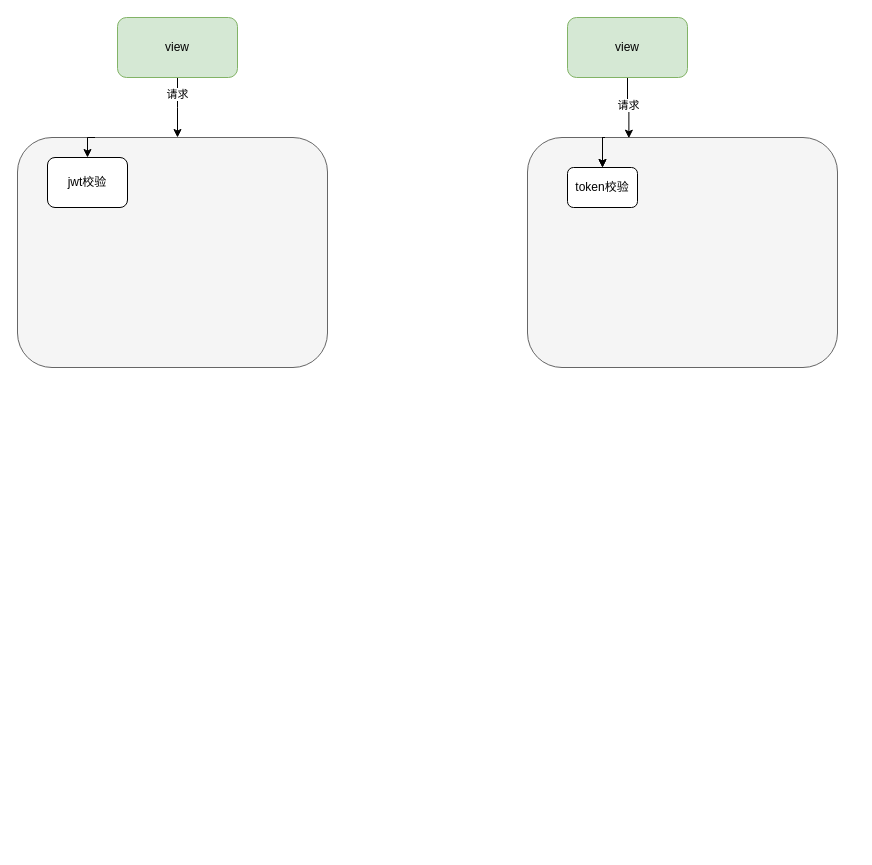
The draw.io diagram login_frame.drawio in lishuai-0/picture_source_file_draw_io, before the edit. Source tidied: cells renumbered, new cells numbered last; positions are measured from the earlier drawing's top-left corner, leaving out a move shared by most shapes. Both pictures are drawn from the tidied source at 100%, with x=0, y=0 at pixel (17, 17).
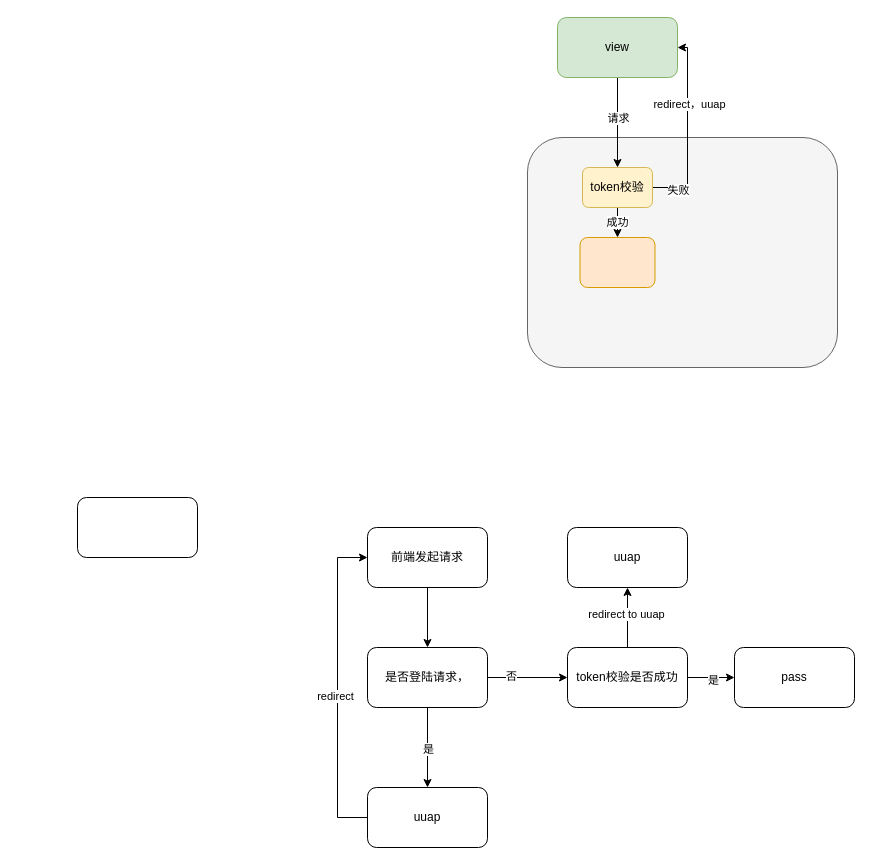
The same page after the edit.

Unchanged cells that the change refers to:
```xml
<mxCell id="3" style="rounded=1;whiteSpace=wrap;html=1;fontStyle=1;fillColor=#f5f5f5;fontColor=#333333;strokeColor=#666666;" parent="1" vertex="1">
  <mxGeometry x="510" y="120" width="310" height="230" as="geometry" />
</mxCell>
```

Change to the diagram source:
```diff
@@
-    <mxCell id="2" style="rounded=1;whiteSpace=wrap;html=1;fillColor=#f5f5f5;fontColor=#333333;strokeColor=#666666;" parent="1" vertex="1">
-      <mxGeometry y="120" width="310" height="230" as="geometry" />
-    </mxCell>
@@
-    <mxCell id="4" style="edgeStyle=orthogonalEdgeStyle;rounded=0;jettySize=auto;html=1;exitX=0.5;exitY=1;exitDx=0;exitDy=0;entryX=0.5;entryY=0;entryDx=0;entryDy=0;" parent="1" edge="1" source="6">
-      <mxGeometry relative="1" as="geometry">
-        <mxPoint x="160" y="120" as="targetPoint" />
-      </mxGeometry>
-    </mxCell>
-    <mxCell id="5" value="请求" style="edgeLabel;html=1;align=center;verticalAlign=middle;" parent="4" vertex="1">
-      <mxGeometry x="-0.46" y="-1" relative="1" as="geometry" />
-    </mxCell>
-    <mxCell id="6" value="view" style="rounded=1;whiteSpace=wrap;html=1;fillColor=#d5e8d4;strokeColor=#82b366;" parent="1" vertex="1">
-      <mxGeometry x="100" width="120" height="60" as="geometry" />
-    </mxCell>
-    <mxCell id="7" style="edgeStyle=orthogonalEdgeStyle;rounded=0;jettySize=auto;html=1;exitX=0.5;exitY=1;exitDx=0;exitDy=0;entryX=0.327;entryY=0.003;entryDx=0;entryDy=0;entryPerimeter=0;" parent="1" edge="1" source="9" target="3">
+    <mxCell id="7" style="edgeStyle=orthogonalEdgeStyle;rounded=0;jettySize=auto;html=1;exitX=0.5;exitY=1;exitDx=0;exitDy=0;entryX=0.5;entryY=0;entryDx=0;entryDy=0;" parent="1" edge="1" source="9" target="12">
       <mxGeometry relative="1" as="geometry" />
     </mxCell>
@@
     <mxCell id="9" value="view" style="rounded=1;whiteSpace=wrap;html=1;fillColor=#d5e8d4;strokeColor=#82b366;" parent="1" vertex="1">
-      <mxGeometry x="550" width="120" height="60" as="geometry" />
+      <mxGeometry x="540" width="120" height="60" as="geometry" />
     </mxCell>
-    <mxCell id="10" style="edgeStyle=orthogonalEdgeStyle;rounded=0;jettySize=auto;html=1;exitX=0.25;exitY=0;exitDx=0;exitDy=0;entryX=0.5;entryY=0;entryDx=0;entryDy=0;" parent="1" edge="1" source="3" target="12">
-      <mxGeometry relative="1" as="geometry" />
-    </mxCell>
-    <mxCell id="11" style="edgeStyle=orthogonalEdgeStyle;rounded=0;jettySize=auto;html=1;exitX=0.25;exitY=0;exitDx=0;exitDy=0;entryX=0.5;entryY=0;entryDx=0;entryDy=0;" parent="1" edge="1" source="3" target="12">
-      <mxGeometry relative="1" as="geometry" />
-    </mxCell>
+    <mxCell id="15" style="edgeStyle=orthogonalEdgeStyle;rounded=0;jettySize=auto;html=1;exitX=1;exitY=0.5;exitDx=0;exitDy=0;entryX=1;entryY=0.5;entryDx=0;entryDy=0;" parent="1" edge="1" source="12" target="9">
+      <mxGeometry relative="1" as="geometry">
+        <Array as="points">
+          <mxPoint x="670" y="170" />
+          <mxPoint x="670" y="30" />
+        </Array>
+      </mxGeometry>
+    </mxCell>
+    <mxCell id="16" value="失败" style="edgeLabel;html=1;align=center;verticalAlign=middle;" parent="15" vertex="1">
+      <mxGeometry x="-0.73" y="-2" relative="1" as="geometry" />
+    </mxCell>
+    <mxCell id="17" value="redirect，uuap" style="edgeLabel;html=1;align=center;verticalAlign=middle;" parent="15" vertex="1">
+      <mxGeometry x="0.29" y="-1" relative="1" as="geometry" />
+    </mxCell>
+    <mxCell id="18" value="成功" style="edgeStyle=orthogonalEdgeStyle;rounded=0;jettySize=auto;html=1;exitX=0.5;exitY=1;exitDx=0;exitDy=0;entryX=0.5;entryY=0;entryDx=0;entryDy=0;" parent="1" edge="1" source="12" target="19">
+      <mxGeometry relative="1" as="geometry" />
+    </mxCell>
-    <mxCell id="12" value="token校验" style="rounded=1;whiteSpace=wrap;html=1;" parent="1" vertex="1">
-      <mxGeometry x="550" y="150" width="70" height="40" as="geometry" />
+    <mxCell id="12" value="token校验" style="rounded=1;whiteSpace=wrap;html=1;fillColor=#fff2cc;strokeColor=#d6b656;" parent="1" vertex="1">
+      <mxGeometry x="565" y="150" width="70" height="40" as="geometry" />
     </mxCell>
-    <mxCell id="13" style="edgeStyle=orthogonalEdgeStyle;rounded=0;jettySize=auto;html=1;exitX=0.25;exitY=0;exitDx=0;exitDy=0;entryX=0.5;entryY=0;entryDx=0;entryDy=0;" parent="1" edge="1" source="2" target="14">
-      <mxGeometry relative="1" as="geometry" />
-    </mxCell>
-    <mxCell id="14" value="jwt校验" style="rounded=1;whiteSpace=wrap;html=1;" parent="1" vertex="1">
-      <mxGeometry x="30" y="140" width="80" height="50" as="geometry" />
-    </mxCell>
+    <mxCell id="19" style="rounded=1;whiteSpace=wrap;html=1;fillColor=#ffe6cc;strokeColor=#d79b00;" parent="1" vertex="1">
+      <mxGeometry x="562.5" y="220" width="75" height="50" as="geometry" />
+    </mxCell>
+    <mxCell id="20" style="edgeStyle=orthogonalEdgeStyle;rounded=0;jettySize=auto;html=1;exitX=0.5;exitY=1;exitDx=0;exitDy=0;entryX=0.5;entryY=0;entryDx=0;entryDy=0;" parent="1" edge="1" source="21" target="27">
+      <mxGeometry relative="1" as="geometry" />
+    </mxCell>
+    <mxCell id="21" value="前端发起请求" style="rounded=1;whiteSpace=wrap;html=1;" parent="1" vertex="1">
+      <mxGeometry x="350" y="510" width="120" height="60" as="geometry" />
+    </mxCell>
+    <mxCell id="22" style="rounded=1;whiteSpace=wrap;html=1;" parent="1" vertex="1">
+      <mxGeometry x="60" y="480" width="120" height="60" as="geometry" />
+    </mxCell>
+    <mxCell id="23" style="edgeStyle=orthogonalEdgeStyle;rounded=0;jettySize=auto;html=1;exitX=0.5;exitY=1;exitDx=0;exitDy=0;entryX=0.5;entryY=0;entryDx=0;entryDy=0;" parent="1" edge="1" source="27" target="30">
+      <mxGeometry relative="1" as="geometry" />
+    </mxCell>
+    <mxCell id="24" value="是" style="edgeLabel;html=1;align=center;verticalAlign=middle;" parent="23" vertex="1">
+      <mxGeometry x="0.02" relative="1" as="geometry" />
+    </mxCell>
+    <mxCell id="25" style="edgeStyle=orthogonalEdgeStyle;rounded=0;jettySize=auto;html=1;exitX=1;exitY=0.5;exitDx=0;exitDy=0;entryX=0;entryY=0.5;entryDx=0;entryDy=0;" parent="1" edge="1" source="27" target="35">
+      <mxGeometry relative="1" as="geometry" />
+    </mxCell>
+    <mxCell id="26" value="否" style="edgeLabel;html=1;align=center;verticalAlign=middle;" parent="25" vertex="1">
+      <mxGeometry x="-0.42" y="2" relative="1" as="geometry" />
+    </mxCell>
+    <mxCell id="27" value="是否登陆请求，" style="rounded=1;whiteSpace=wrap;html=1;" parent="1" vertex="1">
+      <mxGeometry x="350" y="630" width="120" height="60" as="geometry" />
+    </mxCell>
+    <mxCell id="28" style="edgeStyle=orthogonalEdgeStyle;rounded=0;jettySize=auto;html=1;exitX=0;exitY=0.5;exitDx=0;exitDy=0;entryX=0;entryY=0.5;entryDx=0;entryDy=0;" parent="1" edge="1" source="30" target="21">
+      <mxGeometry relative="1" as="geometry">
+        <Array as="points">
+          <mxPoint x="320" y="800" />
+          <mxPoint x="320" y="540" />
+        </Array>
+      </mxGeometry>
+    </mxCell>
+    <mxCell id="29" value="redirect" style="edgeLabel;html=1;align=center;verticalAlign=middle;" parent="28" vertex="1">
+      <mxGeometry x="-0.05" y="3" relative="1" as="geometry" />
+    </mxCell>
+    <mxCell id="30" value="uuap" style="rounded=1;whiteSpace=wrap;html=1;" parent="1" vertex="1">
+      <mxGeometry x="350" y="770" width="120" height="60" as="geometry" />
+    </mxCell>
+    <mxCell id="31" style="edgeStyle=orthogonalEdgeStyle;rounded=0;jettySize=auto;html=1;exitX=1;exitY=0.5;exitDx=0;exitDy=0;entryX=0;entryY=0.5;entryDx=0;entryDy=0;" parent="1" edge="1" source="35" target="36">
+      <mxGeometry relative="1" as="geometry" />
+    </mxCell>
+    <mxCell id="32" value="是" style="edgeLabel;html=1;align=center;verticalAlign=middle;" parent="31" vertex="1">
+      <mxGeometry x="0.05" y="-2" relative="1" as="geometry" />
+    </mxCell>
+    <mxCell id="33" style="edgeStyle=orthogonalEdgeStyle;rounded=0;jettySize=auto;html=1;exitX=0.5;exitY=0;exitDx=0;exitDy=0;" parent="1" edge="1" source="35" target="37">
+      <mxGeometry relative="1" as="geometry" />
+    </mxCell>
+    <mxCell id="34" value="redirect to uuap" style="edgeLabel;html=1;align=center;verticalAlign=middle;" parent="33" vertex="1">
+      <mxGeometry x="0.13" y="2" relative="1" as="geometry" />
+    </mxCell>
+    <mxCell id="35" value="token校验是否成功" style="rounded=1;whiteSpace=wrap;html=1;" parent="1" vertex="1">
+      <mxGeometry x="550" y="630" width="120" height="60" as="geometry" />
+    </mxCell>
+    <mxCell id="36" value="pass" style="rounded=1;whiteSpace=wrap;html=1;" parent="1" vertex="1">
+      <mxGeometry x="717" y="630" width="120" height="60" as="geometry" />
+    </mxCell>
+    <mxCell id="37" value="uuap" style="rounded=1;whiteSpace=wrap;html=1;" parent="1" vertex="1">
+      <mxGeometry x="550" y="510" width="120" height="60" as="geometry" />
+    </mxCell>
```
